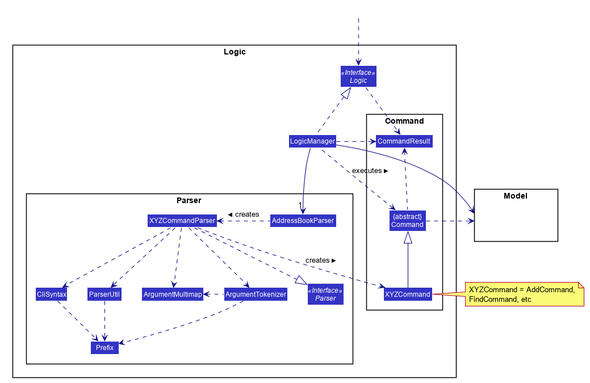
nus-cs2103-AY1920S2/addressbook-level3 keeps this PlantUML diagram as docs/images/LogicClassDiagram.png. Above is the earlier version.
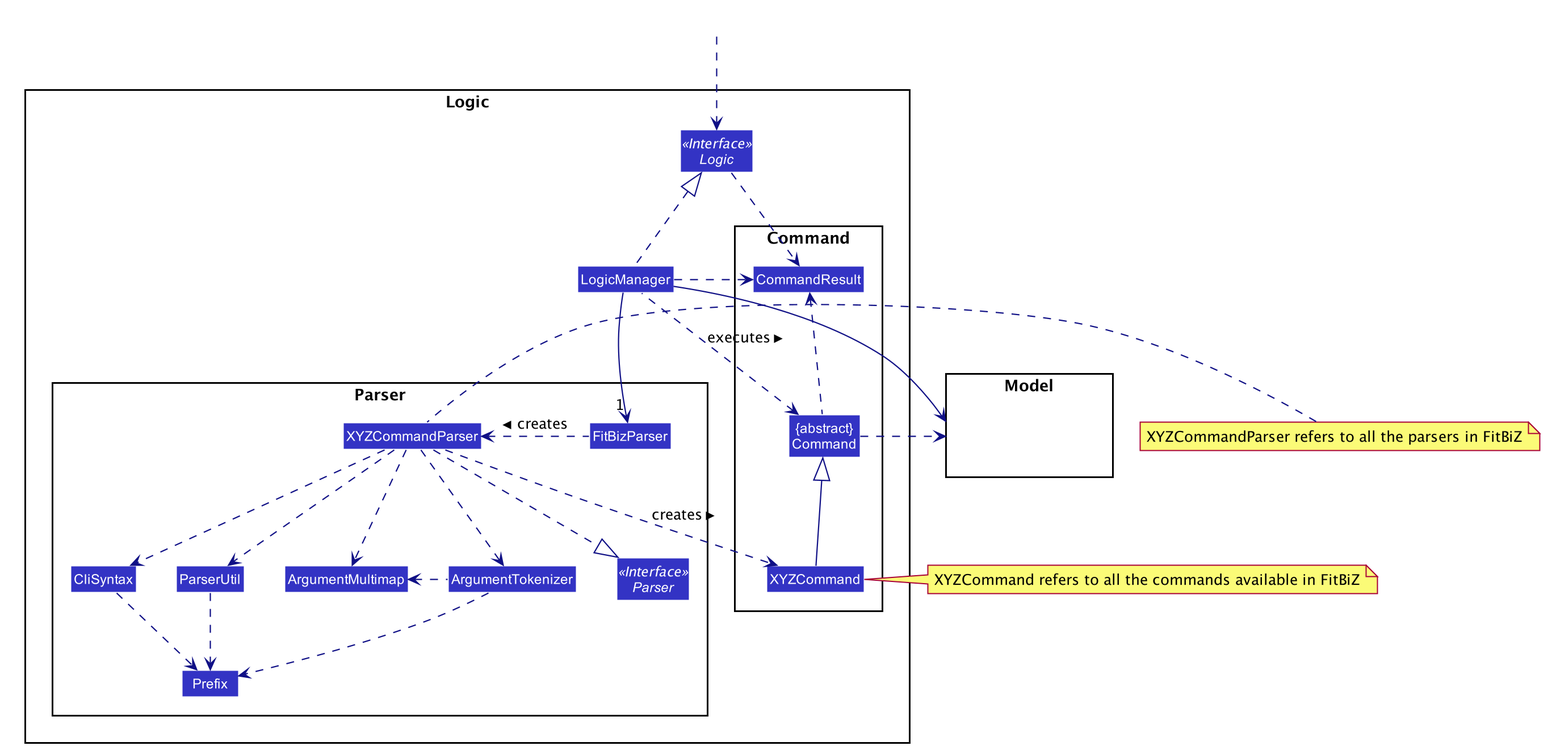
Above is the later version.

Diff of the diagram source:
```diff
@@ -55,7 +55,7 @@
 
 package Parser {
 Interface Parser <<Interface>>
-Class AddressBookParser
+Class FitBizParser
 Class XYZCommandParser
 Class CliSyntax
 Class ParserUtil
@@ -82,8 +82,8 @@
 HiddenOutside ..> Logic
 
 LogicManager .up.|> Logic
-LogicManager -->"1" AddressBookParser
-AddressBookParser .left.> XYZCommandParser: creates >
+LogicManager -->"1" FitBizParser
+FitBizParser .left.> XYZCommandParser: creates >
 
 XYZCommandParser ..> XYZCommand : creates >
 XYZCommandParser ..|> Parser
@@ -100,7 +100,8 @@
 
 LogicManager --> Model
 Command .right.> Model
-note right of XYZCommand: XYZCommand = AddCommand, \nFindCommand, etc
+note left of XYZCommandParser: XYZCommandParser refers to all the parsers in FitBiZ
+note right of XYZCommand: XYZCommand refers to all the commands available in FitBiZ
 
 Logic ..> CommandResult
 LogicManager .down.> CommandResult
```
